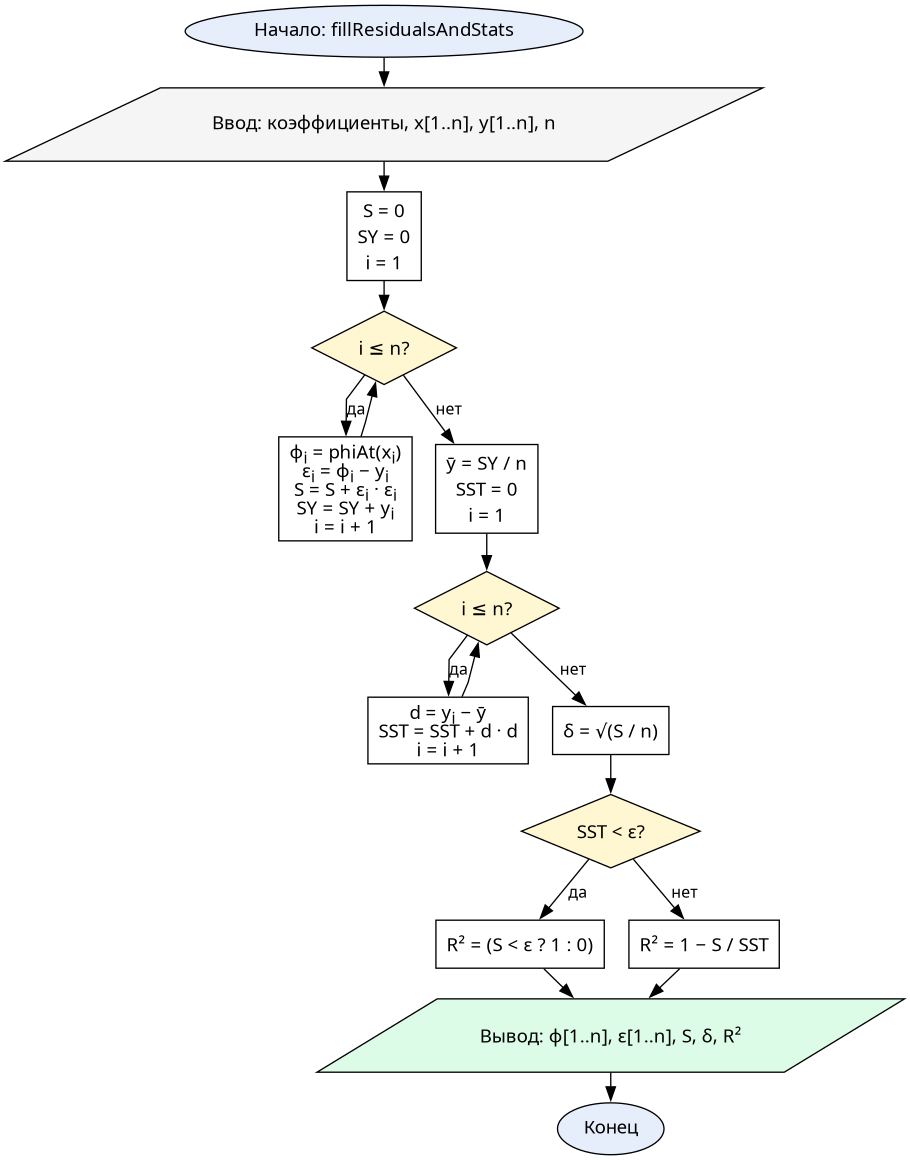
Earlier version of the Graphviz export reports/resources/flowcharts/ls_stats.png (Oriptal/calc-math-lab2). Its source is kept beside it as reports/resources/flowcharts/ls_stats.dot.
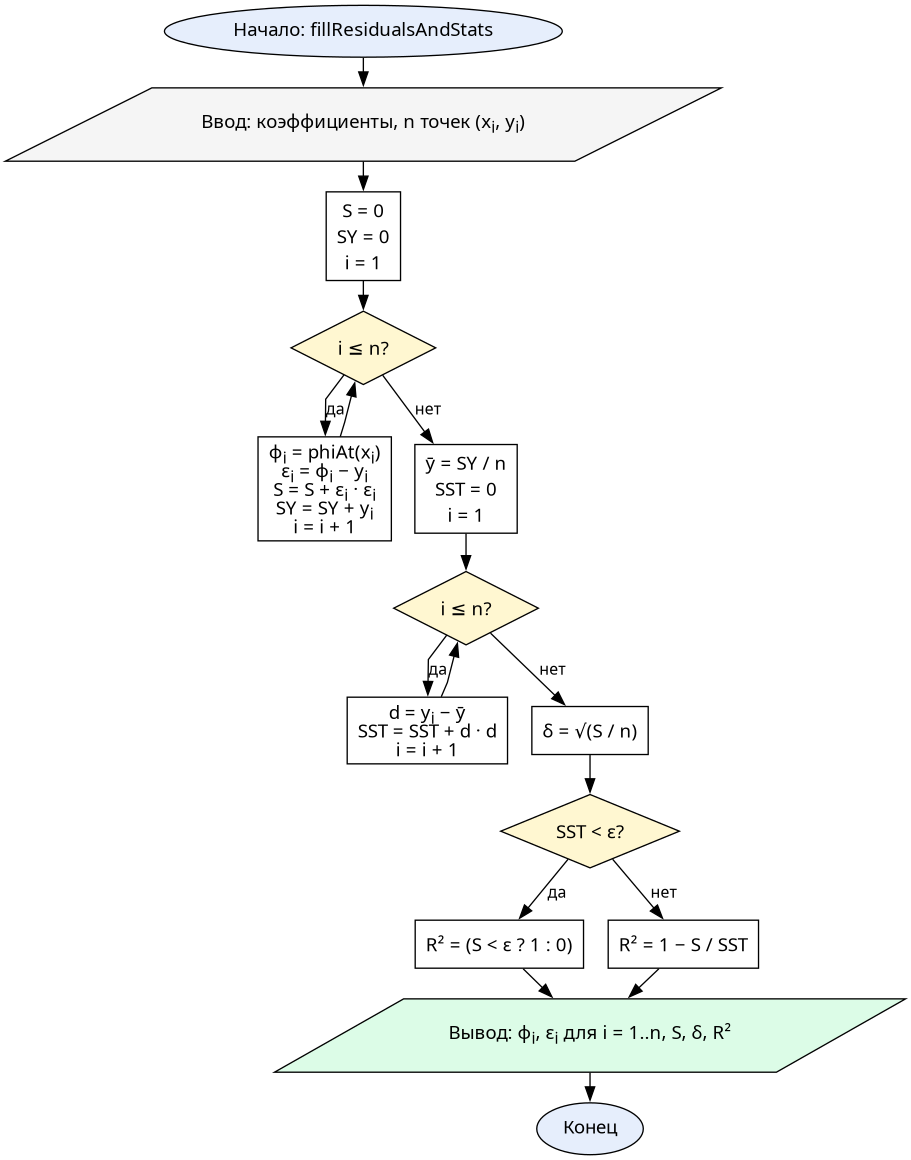
Above is the later version.

Change to the diagram source:
```diff
@@ -4,7 +4,7 @@
   edge  [fontname="CMU Serif", fontsize=12, color="#000000"]
 
   start  [label="Начало: fillResidualsAndStats", shape=oval, fillcolor="#e6eefc"]
-  input  [label="Ввод: коэффициенты, x[1..n], y[1..n], n", shape=parallelogram, fillcolor="#f5f5f5"]
+  input  [label=<Ввод: коэффициенты, n точек (x<SUB>i</SUB>, y<SUB>i</SUB>)>, shape=parallelogram, fillcolor="#f5f5f5"]
   z1     [label=<S = 0<BR/>SY = 0<BR/>i = 1>, shape=box]
   loop1  [label=<i ≤ n?>, shape=diamond, fillcolor="#fff7d1"]
   body1  [label=<φ<SUB>i</SUB> = phiAt(x<SUB>i</SUB>)<BR/>ε<SUB>i</SUB> = φ<SUB>i</SUB> − y<SUB>i</SUB><BR/>S = S + ε<SUB>i</SUB> · ε<SUB>i</SUB><BR/>SY = SY + y<SUB>i</SUB><BR/>i = i + 1>, shape=box]
@@ -15,7 +15,7 @@
   chk    [label=<SST &lt; ε?>, shape=diamond, fillcolor="#fff7d1"]
   r2a    [label=<R² = (S &lt; ε ? 1 : 0)>, shape=box]
   r2b    [label=<R² = 1 − S / SST>, shape=box]
-  output [label=<Вывод: φ[1..n], ε[1..n], S, δ, R²>, shape=parallelogram, fillcolor="#dcfce7"]
+  output [label=<Вывод: φ<SUB>i</SUB>, ε<SUB>i</SUB> для i = 1..n, S, δ, R²>, shape=parallelogram, fillcolor="#dcfce7"]
   stop   [label="Конец", shape=oval, fillcolor="#e6eefc"]
 
   start -> input -> z1 -> loop1
```
